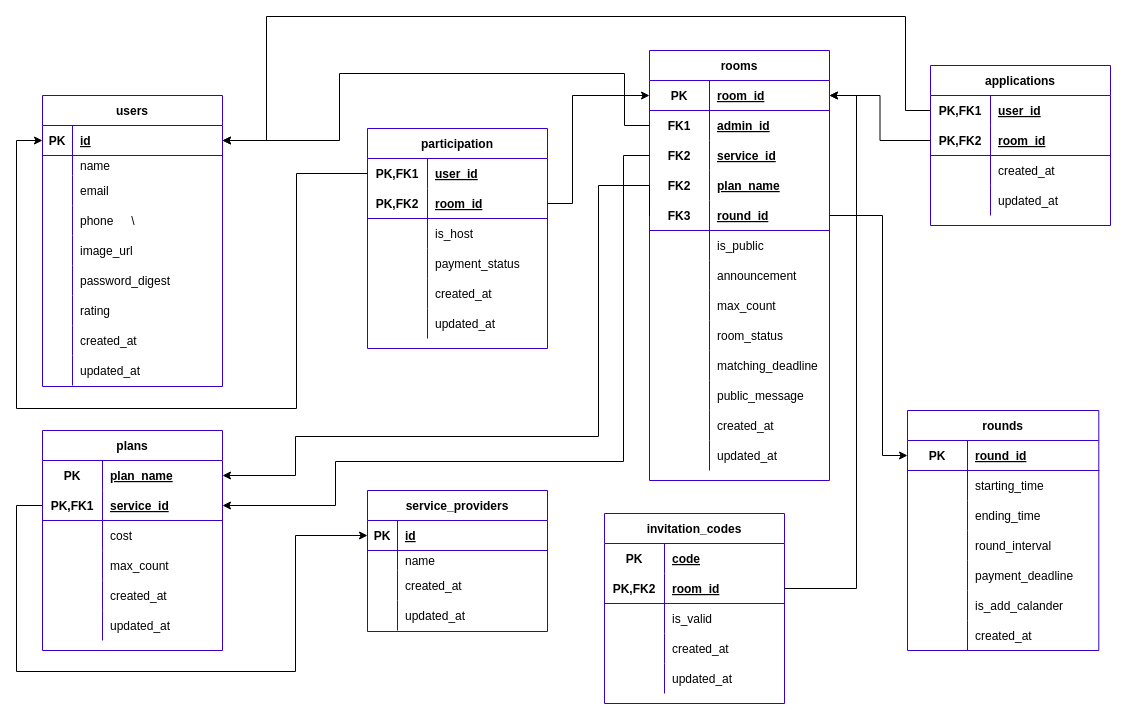
Before: db/schema/table.drawio in billsgates/salamander, a draw.io diagram. Source tidied: cells renumbered, new cells numbered last; positions are measured from the earlier drawing's top-left corner, leaving out a move shared by most shapes. Both pictures are drawn from the tidied source at 100%, with x=0, y=0 at pixel (16, 16).
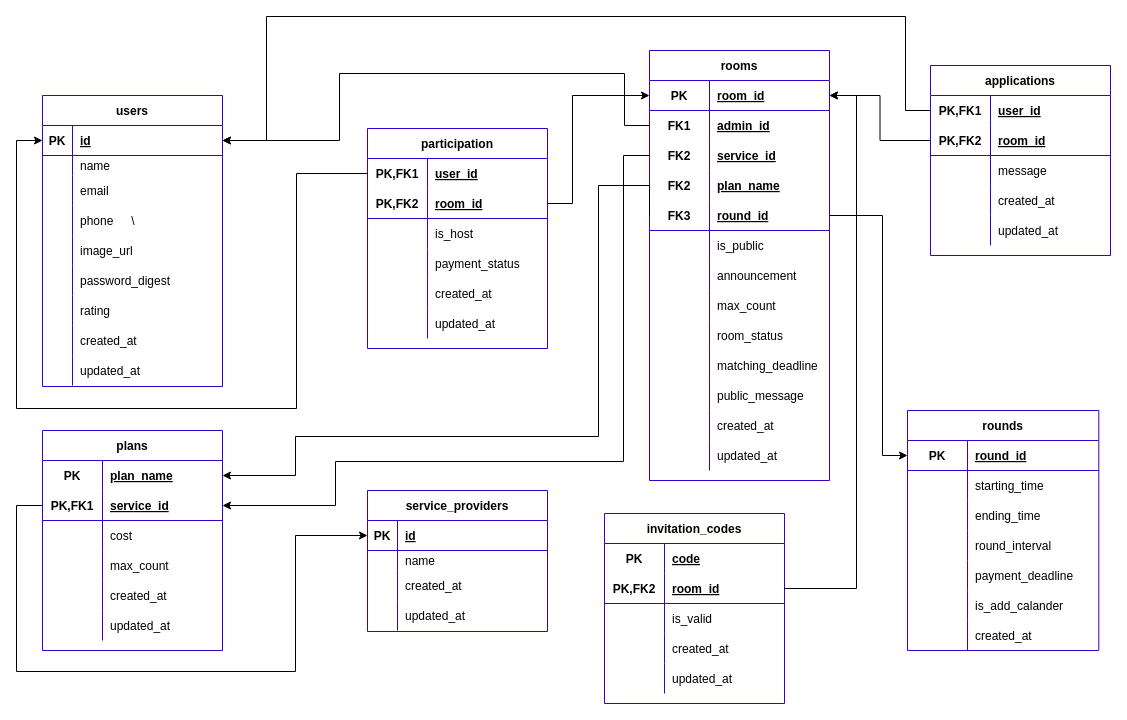
After the change.

The edit, as a diff of the source:
```diff
@@
     <mxCell id="169" value="applications" style="shape=table;startSize=30;childLayout=tableLayout;rowLines=0;fontStyle=1;align=center;shadow=0;labelBackgroundColor=none;strokeColor=#3700CC;fontColor=#000000;fillColor=#FFFFFF;swimlaneFillColor=#ffffff;" parent="1" vertex="1">
-      <mxGeometry x="914" y="49" width="180" height="160" as="geometry" />
+      <mxGeometry x="914" y="49" width="180" height="190" as="geometry" />
     </mxCell>
@@
+    <mxCell id="184" style="shape=partialRectangle;fillColor=none;top=0;left=0;bottom=0;right=0;" parent="169" vertex="1">
+      <mxGeometry y="90" width="180" height="30" as="geometry" />
+    </mxCell>
+    <mxCell id="185" style="shape=partialRectangle;fillColor=none;top=0;left=0;bottom=0;right=0;overflow=hidden;fontColor=#000000;" parent="184" vertex="1">
+      <mxGeometry width="60" height="30" as="geometry" />
+    </mxCell>
+    <mxCell id="186" value="message" style="shape=partialRectangle;fillColor=none;top=0;left=0;bottom=0;right=0;align=left;spacingLeft=6;overflow=hidden;fontColor=#000000;" parent="184" vertex="1">
+      <mxGeometry x="60" width="120" height="30" as="geometry" />
+    </mxCell>
     <mxCell id="176" style="shape=partialRectangle;fillColor=none;top=0;left=0;bottom=0;right=0;" parent="169" vertex="1">
-      <mxGeometry y="90" width="180" height="30" as="geometry" />
+      <mxGeometry y="120" width="180" height="30" as="geometry" />
     </mxCell>
@@
     <mxCell id="179" style="shape=partialRectangle;fillColor=none;top=0;left=0;bottom=0;right=0;" parent="169" vertex="1">
-      <mxGeometry y="120" width="180" height="30" as="geometry" />
+      <mxGeometry y="150" width="180" height="30" as="geometry" />
     </mxCell>
```
